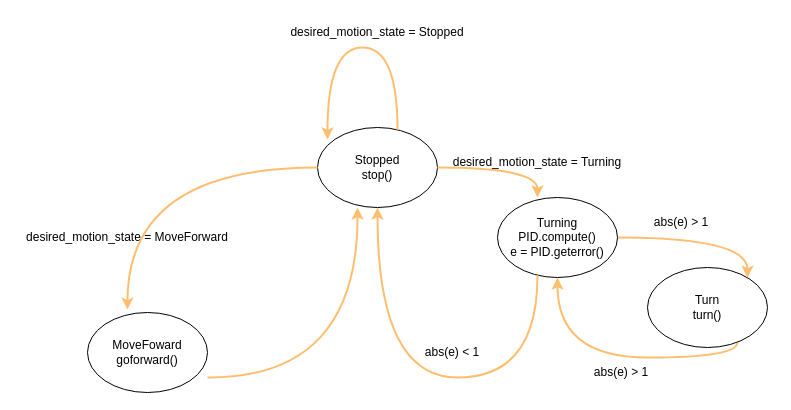
Earlier version of the draw.io diagram Diagrams/UML/Loopcontroller.drawio (mekuro9/PWAO-CSU). Source tidied: cells renumbered, new cells numbered last; positions are measured from the earlier drawing's top-left corner, leaving out a move shared by most shapes. Both pictures are drawn from the tidied source at 100%, with x=0, y=0 at pixel (17, 17).
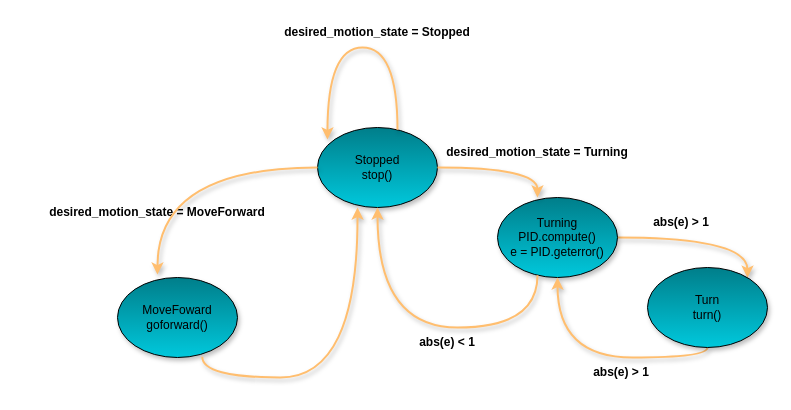
Above is the later version.

What changed in the source:
```diff
@@
-    <mxCell id="2" style="edgeStyle=orthogonalEdgeStyle;rounded=0;jettySize=auto;html=1;curved=1;strokeColor=#ffbe6f;strokeWidth=2;" parent="1" edge="1" source="3" target="8">
+    <mxCell id="2" style="edgeStyle=orthogonalEdgeStyle;rounded=0;jettySize=auto;html=1;curved=1;strokeColor=#ffbe6f;strokeWidth=2;flowAnimation=0;shadow=1;" parent="1" edge="1" source="3" target="8">
       <mxGeometry relative="1" as="geometry">
         <Array as="points">
           <mxPoint x="730" y="220" />
         </Array>
       </mxGeometry>
     </mxCell>
-    <mxCell id="3" value="&lt;div&gt;Turning&lt;/div&gt;&lt;div&gt;PID.compute()&lt;br&gt;&lt;/div&gt;&lt;div&gt;e = PID.geterror()&lt;br&gt;&lt;/div&gt;" style="ellipse;whiteSpace=wrap;html=1;" parent="1" vertex="1">
+    <mxCell id="3" value="&lt;div&gt;Turning&lt;/div&gt;&lt;div&gt;PID.compute()&lt;br&gt;&lt;/div&gt;&lt;div&gt;e = PID.geterror()&lt;br&gt;&lt;/div&gt;" style="ellipse;whiteSpace=wrap;html=1;fillColor=#007e8a;gradientColor=#00c8dc;shadow=1;" parent="1" vertex="1">
       <mxGeometry x="480" y="180" width="120" height="80" as="geometry" />
     </mxCell>
-    <mxCell id="4" value="&lt;div&gt;Stopped&lt;/div&gt;stop()" style="ellipse;whiteSpace=wrap;html=1;" parent="1" vertex="1">
+    <mxCell id="4" value="&lt;div&gt;Stopped&lt;/div&gt;stop()" style="ellipse;whiteSpace=wrap;html=1;fillColor=#007e8a;gradientColor=#00c8dc;shadow=1;" parent="1" vertex="1">
       <mxGeometry x="300" y="110" width="120" height="80" as="geometry" />
     </mxCell>
-    <mxCell id="5" style="edgeStyle=orthogonalEdgeStyle;rounded=0;orthogonalLoop=1;jettySize=auto;html=1;curved=1;entryX=0.083;entryY=0.15;entryDx=0;entryDy=0;strokeColor=#ffbe6f;entryPerimeter=0;strokeWidth=2;" parent="1" edge="1" source="4" target="4">
+    <mxCell id="5" style="edgeStyle=orthogonalEdgeStyle;rounded=0;orthogonalLoop=1;jettySize=auto;html=1;curved=1;entryX=0.083;entryY=0.15;entryDx=0;entryDy=0;strokeColor=#ffbe6f;entryPerimeter=0;strokeWidth=2;flowAnimation=0;shadow=1;" parent="1" edge="1" source="4" target="4">
       <mxGeometry relative="1" as="geometry">
         <Array as="points">
           <mxPoint x="380" y="30" />
           <mxPoint x="310" y="30" />
         </Array>
       </mxGeometry>
     </mxCell>
-    <mxCell id="6" value="desired_motion_state = Stopped" style="text;html=1;align=center;verticalAlign=middle;whiteSpace=wrap;rounded=0;" parent="1" vertex="1">
+    <mxCell id="6" value="&lt;b&gt;desired_motion_state = Stopped&lt;/b&gt;" style="text;html=1;align=center;verticalAlign=middle;whiteSpace=wrap;rounded=0;" parent="1" vertex="1">
       <mxGeometry x="250" width="220" height="30" as="geometry" />
     </mxCell>
-    <mxCell id="7" style="edgeStyle=orthogonalEdgeStyle;rounded=0;jettySize=auto;html=1;entryX=0.5;entryY=1;entryDx=0;entryDy=0;curved=1;strokeColor=#ffbe6f;strokeWidth=2;" parent="1" edge="1" source="8" target="3">
+    <mxCell id="7" style="edgeStyle=orthogonalEdgeStyle;rounded=0;jettySize=auto;html=1;entryX=0.5;entryY=1;entryDx=0;entryDy=0;curved=1;strokeColor=#ffbe6f;strokeWidth=2;flowAnimation=0;shadow=1;" parent="1" edge="1" source="8" target="3">
       <mxGeometry relative="1" as="geometry">
         <Array as="points">
-          <mxPoint x="720" y="340" />
+          <mxPoint x="690" y="340" />
           <mxPoint x="540" y="340" />
         </Array>
       </mxGeometry>
     </mxCell>
-    <mxCell id="8" value="&lt;div&gt;Turn&lt;/div&gt;&lt;div&gt;turn()&lt;br&gt;&lt;/div&gt;" style="ellipse;whiteSpace=wrap;html=1;" parent="1" vertex="1">
+    <mxCell id="8" value="&lt;div&gt;Turn&lt;/div&gt;&lt;div&gt;turn()&lt;br&gt;&lt;/div&gt;" style="ellipse;whiteSpace=wrap;html=1;fillColor=#007e8a;gradientColor=#00c8dc;shadow=1;" parent="1" vertex="1">
       <mxGeometry x="630" y="250" width="120" height="80" as="geometry" />
     </mxCell>
-    <mxCell id="9" style="edgeStyle=orthogonalEdgeStyle;rounded=0;jettySize=auto;html=1;entryX=0.333;entryY=0;entryDx=0;entryDy=0;entryPerimeter=0;curved=1;strokeColor=#ffbe6f;strokeWidth=2;" parent="1" edge="1" source="4" target="3">
+    <mxCell id="9" style="edgeStyle=orthogonalEdgeStyle;rounded=0;jettySize=auto;html=1;entryX=0.333;entryY=0;entryDx=0;entryDy=0;entryPerimeter=0;curved=1;strokeColor=#ffbe6f;strokeWidth=2;flowAnimation=0;shadow=1;" parent="1" edge="1" source="4" target="3">
       <mxGeometry relative="1" as="geometry" />
     </mxCell>
-    <mxCell id="10" value="desired_motion_state = Turning" style="text;html=1;align=center;verticalAlign=middle;whiteSpace=wrap;rounded=0;" parent="1" vertex="1">
-      <mxGeometry x="410" y="130" width="220" height="30" as="geometry" />
+    <mxCell id="10" value="&lt;b&gt;desired_motion_state = Turning&lt;/b&gt;" style="text;html=1;align=center;verticalAlign=middle;whiteSpace=wrap;rounded=0;" parent="1" vertex="1">
+      <mxGeometry x="410" y="120" width="220" height="30" as="geometry" />
     </mxCell>
-    <mxCell id="11" value="abs(e) &amp;gt; 1" style="text;html=1;align=center;verticalAlign=middle;whiteSpace=wrap;rounded=0;" parent="1" vertex="1">
+    <mxCell id="11" value="&lt;b&gt;abs(e) &amp;gt; 1&lt;/b&gt;" style="text;html=1;align=center;verticalAlign=middle;whiteSpace=wrap;rounded=0;" parent="1" vertex="1">
       <mxGeometry x="620" y="190" width="88" height="30" as="geometry" />
     </mxCell>
-    <mxCell id="12" value="abs(e) &amp;gt; 1" style="text;html=1;align=center;verticalAlign=middle;whiteSpace=wrap;rounded=0;" parent="1" vertex="1">
+    <mxCell id="12" value="&lt;b&gt;abs(e) &amp;gt; 1&lt;/b&gt;" style="text;html=1;align=center;verticalAlign=middle;whiteSpace=wrap;rounded=0;" parent="1" vertex="1">
       <mxGeometry x="560" y="340" width="88" height="30" as="geometry" />
     </mxCell>
-    <mxCell id="13" value="&lt;div&gt;MoveFoward&lt;/div&gt;&lt;div&gt;goforward()&lt;br&gt;&lt;/div&gt;" style="ellipse;whiteSpace=wrap;html=1;" parent="1" vertex="1">
-      <mxGeometry x="70" y="295" width="120" height="80" as="geometry" />
+    <mxCell id="13" value="&lt;div&gt;MoveFoward&lt;/div&gt;&lt;div&gt;goforward()&lt;br&gt;&lt;/div&gt;" style="ellipse;whiteSpace=wrap;html=1;fillColor=#007e8a;gradientColor=#00c8dc;shadow=1;" parent="1" vertex="1">
+      <mxGeometry x="100" y="260" width="120" height="80" as="geometry" />
     </mxCell>
-    <mxCell id="14" value="desired_motion_state = MoveForward" style="text;html=1;align=center;verticalAlign=middle;whiteSpace=wrap;rounded=0;" parent="1" vertex="1">
-      <mxGeometry y="205" width="220" height="30" as="geometry" />
+    <mxCell id="14" value="&lt;b&gt;desired_motion_state = MoveForward&lt;/b&gt;" style="text;html=1;align=center;verticalAlign=middle;whiteSpace=wrap;rounded=0;" parent="1" vertex="1">
+      <mxGeometry x="30" y="180" width="220" height="30" as="geometry" />
     </mxCell>
-    <mxCell id="15" style="edgeStyle=orthogonalEdgeStyle;rounded=0;jettySize=auto;html=1;entryX=0.5;entryY=1;entryDx=0;entryDy=0;curved=1;strokeColor=#ffbe6f;strokeWidth=2;" parent="1" edge="1" source="3" target="4">
+    <mxCell id="15" style="edgeStyle=orthogonalEdgeStyle;rounded=0;jettySize=auto;html=1;entryX=0.5;entryY=1;entryDx=0;entryDy=0;curved=1;strokeColor=#ffbe6f;strokeWidth=2;flowAnimation=0;shadow=1;" parent="1" edge="1" source="3" target="4">
       <mxGeometry relative="1" as="geometry">
         <Array as="points">
-          <mxPoint x="520" y="360" />
-          <mxPoint x="360" y="360" />
+          <mxPoint x="520" y="310" />
+          <mxPoint x="360" y="310" />
         </Array>
       </mxGeometry>
     </mxCell>
-    <mxCell id="16" value="abs(e) &amp;lt; 1" style="text;html=1;align=center;verticalAlign=middle;whiteSpace=wrap;rounded=0;" parent="1" vertex="1">
-      <mxGeometry x="390" y="320" width="90" height="30" as="geometry" />
+    <mxCell id="16" value="&lt;b&gt;abs(e) &amp;lt; 1&lt;/b&gt;" style="text;html=1;align=center;verticalAlign=middle;whiteSpace=wrap;rounded=0;" parent="1" vertex="1">
+      <mxGeometry x="385" y="310" width="90" height="30" as="geometry" />
     </mxCell>
-    <mxCell id="17" style="edgeStyle=orthogonalEdgeStyle;rounded=0;jettySize=auto;html=1;entryX=0.333;entryY=-0.037;entryDx=0;entryDy=0;entryPerimeter=0;curved=1;strokeWidth=2;strokeColor=#ffbe6f;" parent="1" edge="1" source="4" target="13">
+    <mxCell id="17" style="edgeStyle=orthogonalEdgeStyle;rounded=0;jettySize=auto;html=1;entryX=0.333;entryY=-0.037;entryDx=0;entryDy=0;entryPerimeter=0;curved=1;strokeWidth=2;strokeColor=#ffbe6f;flowAnimation=0;shadow=1;" parent="1" edge="1" source="4" target="13">
       <mxGeometry relative="1" as="geometry" />
     </mxCell>
-    <mxCell id="18" style="edgeStyle=orthogonalEdgeStyle;rounded=0;orthogonalLoop=1;jettySize=auto;html=1;curved=1;strokeWidth=2;strokeColor=#ffbe6f;" parent="1" edge="1">
+    <mxCell id="18" style="edgeStyle=orthogonalEdgeStyle;rounded=0;jettySize=auto;html=1;curved=1;strokeWidth=2;strokeColor=#ffbe6f;flowAnimation=0;shadow=1;exitX=0.706;exitY=0.992;exitDx=0;exitDy=0;exitPerimeter=0;" parent="1" edge="1" source="13">
       <mxGeometry relative="1" as="geometry">
-        <mxPoint x="190" y="360" as="sourcePoint" />
         <mxPoint x="340" y="190" as="targetPoint" />
       </mxGeometry>
     </mxCell>
```
